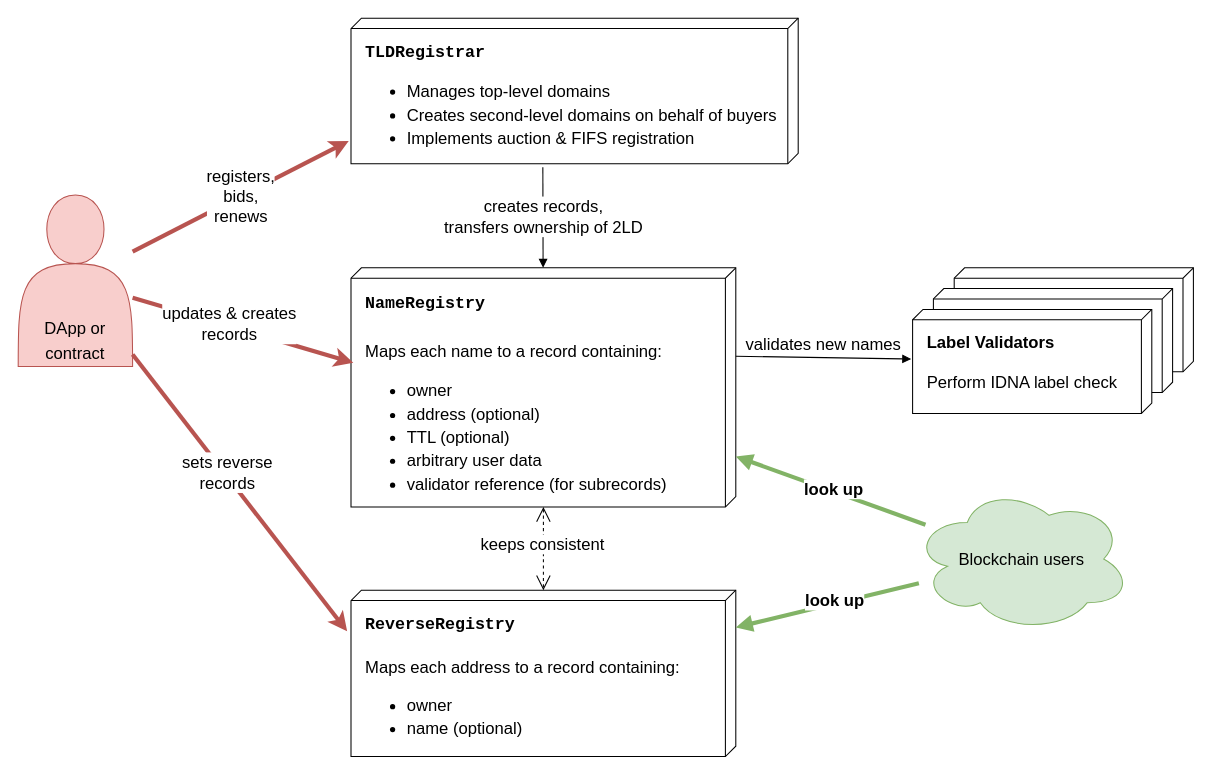
Above: .gitbook/assets/smart_contracts.drawio in tezos-domains/docs (draw.io), before the change. Source tidied: cells renumbered, new cells numbered last; positions are measured from the earlier drawing's top-left corner, leaving out a move shared by most shapes. Both pictures are drawn from the tidied source at 104%, with x=0, y=0 at pixel (18, 18).
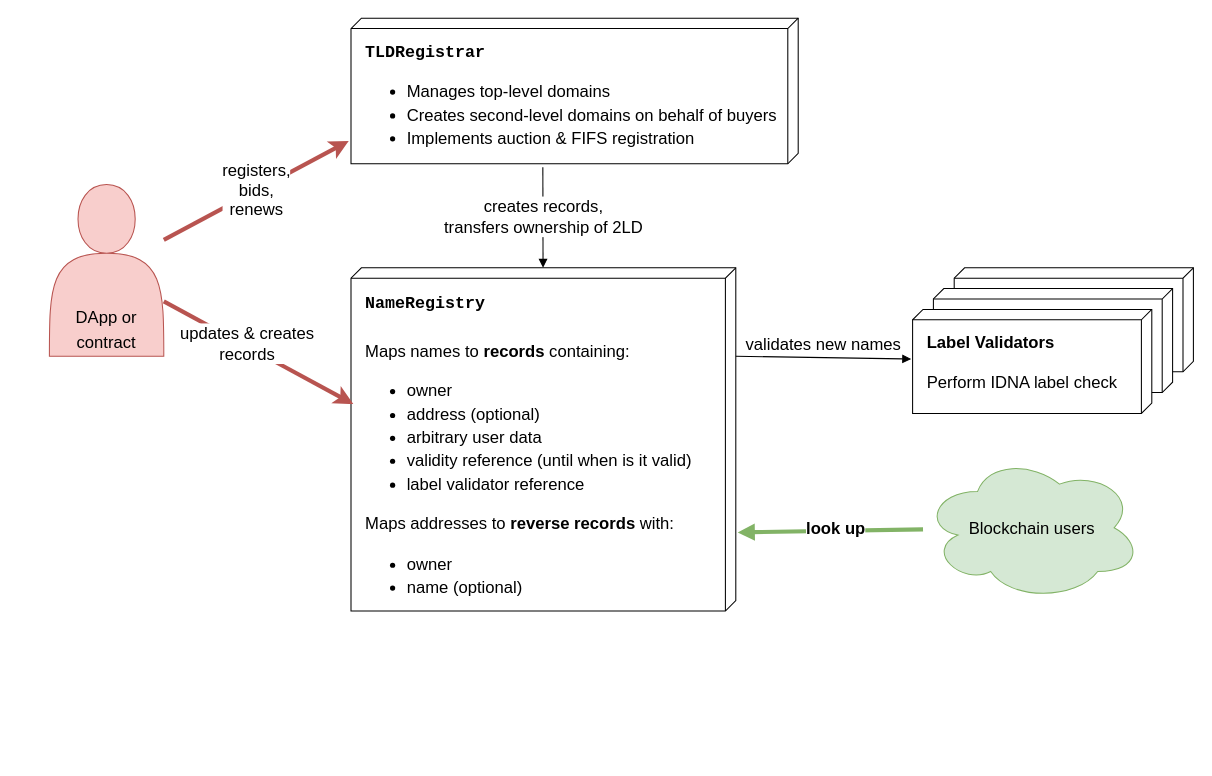
Above is the later version.

The edit, as a diff of the source:
```diff
@@
-    <mxCell id="4" value="&lt;font style=&quot;line-height: 140%&quot;&gt;&lt;font face=&quot;Courier New&quot;&gt;&lt;b&gt;&lt;font style=&quot;font-size: 16px&quot;&gt;NameRegistry&lt;/font&gt;&lt;br style=&quot;font-size: 16px&quot;&gt;&lt;br style=&quot;font-size: 16px&quot;&gt;&lt;/b&gt;&lt;/font&gt;Maps each name to a record containing:&lt;br&gt;&lt;ul style=&quot;font-size: 16px&quot;&gt;&lt;li&gt;&lt;font style=&quot;font-size: 16px&quot;&gt;owner&lt;/font&gt;&lt;/li&gt;&lt;li&gt;address (optional)&lt;/li&gt;&lt;li&gt;&lt;span&gt;TTL (optional)&lt;/span&gt;&lt;br&gt;&lt;/li&gt;&lt;li&gt;&lt;span&gt;arbitrary user data&lt;/span&gt;&lt;/li&gt;&lt;li&gt;&lt;span&gt;validator reference (for subrecords)&lt;/span&gt;&lt;/li&gt;&lt;/ul&gt;&lt;/font&gt;" style="verticalAlign=top;align=left;spacingTop=16;spacingLeft=12;spacingRight=12;shape=cube;size=10;direction=south;fontStyle=0;html=1;fontSize=16;fontColor=#000000;" parent="1" vertex="1">
-      <mxGeometry x="320" y="240" width="370" height="230" as="geometry" />
+    <mxCell id="4" value="&lt;font style=&quot;line-height: 140%&quot;&gt;&lt;font face=&quot;Courier New&quot;&gt;&lt;b&gt;&lt;font style=&quot;font-size: 16px&quot;&gt;NameRegistry&lt;/font&gt;&lt;br style=&quot;font-size: 16px&quot;&gt;&lt;br style=&quot;font-size: 16px&quot;&gt;&lt;/b&gt;&lt;/font&gt;Maps names to &lt;b&gt;records&lt;/b&gt; containing:&lt;br&gt;&lt;ul style=&quot;font-size: 16px&quot;&gt;&lt;li&gt;&lt;font style=&quot;font-size: 16px&quot;&gt;owner&lt;/font&gt;&lt;/li&gt;&lt;li&gt;address (optional)&lt;/li&gt;&lt;li&gt;&lt;span&gt;arbitrary user data&lt;/span&gt;&lt;/li&gt;&lt;li&gt;&lt;span&gt;validity reference (until when is&amp;nbsp;&lt;/span&gt;it valid)&lt;/li&gt;&lt;li&gt;label validator reference&lt;/li&gt;&lt;/ul&gt;&lt;div&gt;Maps addresses to &lt;b&gt;reverse records&lt;/b&gt; with:&lt;br&gt;&lt;ul style=&quot;line-height: 22.4px&quot;&gt;&lt;li&gt;owner&lt;/li&gt;&lt;li&gt;name (optional)&lt;/li&gt;&lt;/ul&gt;&lt;/div&gt;&lt;/font&gt;" style="verticalAlign=top;align=left;spacingTop=16;spacingLeft=12;spacingRight=12;shape=cube;size=10;direction=south;fontStyle=0;html=1;fontSize=16;fontColor=#000000;whiteSpace=wrap;" parent="1" vertex="1">
+      <mxGeometry x="320" y="240" width="370" height="330" as="geometry" />
     </mxCell>
@@
-    <mxCell id="9" value="&lt;font&gt;&lt;font face=&quot;Courier New&quot;&gt;&lt;b&gt;&lt;font style=&quot;font-size: 16px&quot;&gt;ReverseRegistry&lt;/font&gt;&lt;br style=&quot;font-size: 16px&quot;&gt;&lt;br style=&quot;font-size: 16px&quot;&gt;&lt;/b&gt;&lt;/font&gt;Maps each address to a record containing:&lt;br&gt;&lt;ul style=&quot;line-height: 140%&quot;&gt;&lt;li&gt;owner&lt;/li&gt;&lt;li&gt;&lt;font&gt;name (optional)&lt;/font&gt;&lt;/li&gt;&lt;/ul&gt;&lt;/font&gt;" style="verticalAlign=top;align=left;spacingTop=16;spacingLeft=12;spacingRight=12;shape=cube;size=10;direction=south;fontStyle=0;html=1;fontSize=16;fontColor=#000000;" parent="1" vertex="1">
-      <mxGeometry x="320" y="550" width="370" height="160" as="geometry" />
-    </mxCell>
@@
     <mxCell id="11" value="&lt;font style=&quot;font-size: 20px&quot;&gt;&lt;span style=&quot;font-size: 16px&quot;&gt;DApp or contract&lt;/span&gt;&lt;/font&gt;" style="shape=actor;whiteSpace=wrap;html=1;fontSize=20;verticalAlign=bottom;fontStyle=0;fillColor=#f8cecc;strokeColor=#b85450;" parent="1" vertex="1">
-      <mxGeometry y="170" width="110" height="165" as="geometry" />
+      <mxGeometry x="30" y="160" width="110" height="165" as="geometry" />
     </mxCell>
@@
-    <mxCell id="13" value="sets reverse&lt;br&gt;records" style="rounded=0;jettySize=auto;html=1;entryX=0.247;entryY=1.01;entryDx=0;entryDy=0;entryPerimeter=0;fontSize=16;fillColor=#f8cecc;strokeColor=#b85450;strokeWidth=4;" parent="1" edge="1" source="11" target="9">
-      <mxGeometry x="-0.14" y="2" relative="1" as="geometry">
-        <mxPoint x="1" as="offset" />
-      </mxGeometry>
-    </mxCell>
     <mxCell id="14" value="Blockchain users" style="ellipse;shape=cloud;whiteSpace=wrap;html=1;fontSize=16;fillColor=#d5e8d4;strokeColor=#82b366;" parent="1" vertex="1">
-      <mxGeometry x="860" y="450" width="210" height="140" as="geometry" />
+      <mxGeometry x="870" y="420" width="210" height="140" as="geometry" />
     </mxCell>
-    <mxCell id="15" value="keeps consistent" style="endArrow=open;endSize=12;dashed=1;html=1;fontSize=16;fontColor=#000000;startArrow=open;startFill=0;startSize=12;" parent="1" edge="1" source="4" target="9">
-      <mxGeometry x="-0.1" y="-1" relative="1" as="geometry" />
-    </mxCell>
-    <mxCell id="16" value="look up" style="html=1;verticalAlign=bottom;endArrow=block;fontSize=16;fillColor=#d5e8d4;strokeColor=#82b366;strokeWidth=4;fontStyle=1;" parent="1" edge="1" source="14" target="4">
+    <mxCell id="16" value="look up" style="html=1;verticalAlign=bottom;endArrow=block;fontSize=16;fillColor=#d5e8d4;strokeColor=#82b366;strokeWidth=4;fontStyle=1;entryX=0.771;entryY=-0.005;entryDx=0;entryDy=0;entryPerimeter=0;" parent="1" edge="1" source="14" target="4">
       <mxGeometry x="-0.07" y="9" relative="1" as="geometry">
         <mxPoint x="-1" as="offset" />
       </mxGeometry>
     </mxCell>
-    <mxCell id="17" value="look up" style="html=1;verticalAlign=bottom;endArrow=block;fontSize=16;fillColor=#d5e8d4;strokeColor=#82b366;strokeWidth=4;fontStyle=1;" parent="1" edge="1" source="14" target="9">
-      <mxGeometry x="-0.07" y="9" relative="1" as="geometry">
-        <mxPoint x="-1" as="offset" />
-      </mxGeometry>
-    </mxCell>
```
